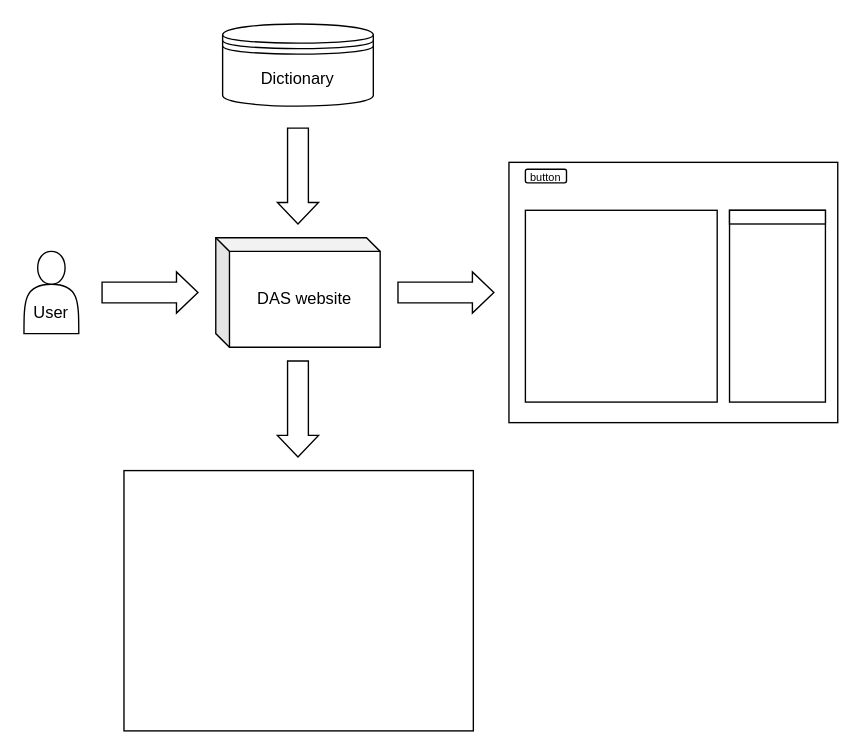
Before: page "Page-2" (2 of 2) of activities/Untitled Diagram.drawio in Bagabandi152/diagrams.net, a draw.io diagram. Source tidied: cells renumbered, new cells numbered last; positions are measured from the earlier drawing's top-left corner, leaving out a move shared by most shapes. Both pictures are drawn from the tidied source at 137%, with x=0, y=0 at pixel (23, 23).
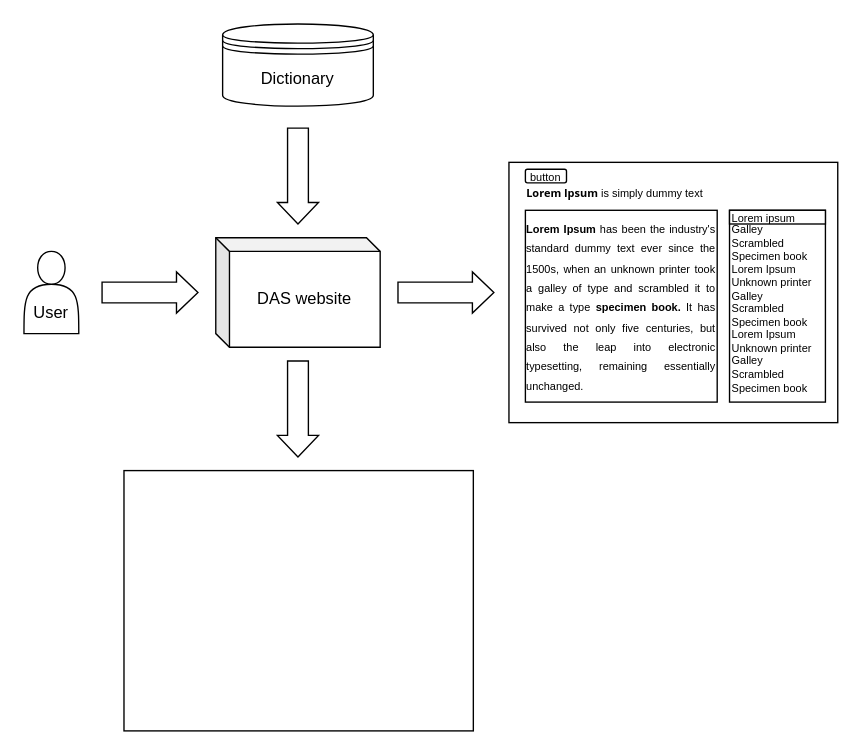
The same page after the edit.

Diff of the diagram source:
```diff
@@
 <mxGraphModel>
   <root>
     <mxCell id="0" />
     <mxCell id="1" parent="0" />
     <mxCell id="2" value="&lt;br&gt;&lt;br&gt;User" style="shape=actor;whiteSpace=wrap;html=1;" parent="1" vertex="1">
       <mxGeometry y="166" width="40" height="60" as="geometry" />
     </mxCell>
     <mxCell id="3" style="shape=singleArrow;whiteSpace=wrap;html=1;arrowWidth=0.5066670735677083;arrowSize=0.224000244140625;rotation=90;" parent="1" vertex="1">
       <mxGeometry x="165" y="96" width="70" height="30" as="geometry" />
     </mxCell>
     <mxCell id="4" value="DAS website" style="shape=cube;whiteSpace=wrap;html=1;boundedLbl=1;backgroundOutline=1;darkOpacity=0.05;darkOpacity2=0.1;size=10;" parent="1" vertex="1">
       <mxGeometry x="140" y="156" width="120" height="80" as="geometry" />
     </mxCell>
     <mxCell id="5" value="Dictionary" style="shape=datastore;whiteSpace=wrap;html=1;" parent="1" vertex="1">
       <mxGeometry x="145" width="110" height="60" as="geometry" />
     </mxCell>
     <mxCell id="6" style="shape=singleArrow;whiteSpace=wrap;html=1;arrowWidth=0.5066670735677083;arrowSize=0.224000244140625;" parent="1" vertex="1">
       <mxGeometry x="57" y="181" width="70" height="30" as="geometry" />
     </mxCell>
     <mxCell id="7" style="shape=singleArrow;whiteSpace=wrap;html=1;arrowWidth=0.5066670735677083;arrowSize=0.224000244140625;" parent="1" vertex="1">
       <mxGeometry x="273" y="181" width="70" height="30" as="geometry" />
     </mxCell>
     <mxCell id="8" style="rounded=0;whiteSpace=wrap;html=1;" parent="1" vertex="1">
       <mxGeometry x="354" y="101" width="240" height="190" as="geometry" />
     </mxCell>
     <mxCell id="9" style="rounded=0;whiteSpace=wrap;html=1;" parent="1" vertex="1">
       <mxGeometry x="73" y="326" width="255" height="190" as="geometry" />
     </mxCell>
     <mxCell id="10" style="shape=singleArrow;whiteSpace=wrap;html=1;arrowWidth=0.5066670735677083;arrowSize=0.224000244140625;rotation=90;" parent="1" vertex="1">
       <mxGeometry x="165" y="266" width="70" height="30" as="geometry" />
     </mxCell>
     <mxCell id="11" value="&lt;font style=&quot;font-size: 8px;&quot;&gt;button&lt;/font&gt;" style="rounded=1;whiteSpace=wrap;html=1;align=center;" parent="1" vertex="1">
       <mxGeometry x="366" y="106" width="30" height="10" as="geometry" />
     </mxCell>
-    <mxCell id="12" style="rounded=0;whiteSpace=wrap;html=1;" parent="1" vertex="1">
+    <mxCell id="12" value="&lt;p style=&quot;line-height: 50%;&quot;&gt;&lt;/p&gt;&lt;div style=&quot;text-align: justify;&quot;&gt;&lt;span style=&quot;font-size: 8px; background-color: initial;&quot;&gt;&lt;b&gt;Lorem Ipsum &lt;/b&gt;has been the industry's standard dummy text ever since the 1500s, when an unknown printer took a galley of type and scrambled it to make a type &lt;b&gt;specimen book.&lt;/b&gt; It has survived not only five centuries, but also the leap into electronic typesetting, remaining essentially unchanged.&amp;nbsp;&lt;/span&gt;&lt;/div&gt;&lt;p&gt;&lt;/p&gt;" style="rounded=0;whiteSpace=wrap;html=1;" parent="1" vertex="1">
       <mxGeometry x="366" y="136" width="140" height="140" as="geometry" />
     </mxCell>
-    <mxCell id="13" style="rounded=0;whiteSpace=wrap;html=1;" parent="1" vertex="1">
+    <mxCell id="13" value="&lt;font style=&quot;font-size: 8px;&quot;&gt;Galley&lt;br&gt;&lt;div style=&quot;&quot;&gt;&lt;span style=&quot;background-color: initial;&quot;&gt;Scrambled S&lt;/span&gt;&lt;span style=&quot;background-color: initial; border-color: var(--border-color);&quot;&gt;pecimen book&lt;/span&gt;&lt;br&gt;&lt;/div&gt;&lt;div style=&quot;&quot;&gt;&lt;span style=&quot;background-color: initial; border-color: var(--border-color);&quot;&gt;Lorem Ipsum&amp;nbsp;&lt;br style=&quot;border-color: var(--border-color);&quot;&gt;Unknown printer Galley&lt;br style=&quot;border-color: var(--border-color);&quot;&gt;&lt;div style=&quot;border-color: var(--border-color);&quot;&gt;&lt;span style=&quot;border-color: var(--border-color); background-color: initial;&quot;&gt;Scrambled S&lt;/span&gt;&lt;span style=&quot;border-color: var(--border-color); background-color: initial;&quot;&gt;pecimen book&lt;/span&gt;&lt;/div&gt;&lt;div style=&quot;border-color: var(--border-color);&quot;&gt;&lt;span style=&quot;border-color: var(--border-color); background-color: initial;&quot;&gt;Lorem Ipsum&amp;nbsp;&lt;br style=&quot;border-color: var(--border-color);&quot;&gt;Unknown printer Galley&lt;br style=&quot;border-color: var(--border-color);&quot;&gt;&lt;div style=&quot;border-color: var(--border-color);&quot;&gt;Scrambled S&lt;span style=&quot;border-color: var(--border-color); background-color: initial;&quot;&gt;pecimen book&lt;/span&gt;&lt;/div&gt;&lt;/span&gt;&lt;/div&gt;&lt;/span&gt;&lt;/div&gt;&lt;/font&gt;" style="rounded=0;whiteSpace=wrap;html=1;align=left;" parent="1" vertex="1">
       <mxGeometry x="515" y="136" width="70" height="140" as="geometry" />
     </mxCell>
-    <mxCell id="14" style="rounded=0;whiteSpace=wrap;html=1;" parent="1" vertex="1">
+    <mxCell id="14" value="&lt;font style=&quot;font-size: 8px;&quot;&gt;Lorem ipsum&lt;/font&gt;" style="rounded=0;whiteSpace=wrap;html=1;align=left;" parent="1" vertex="1">
       <mxGeometry x="515" y="136" width="70" height="10" as="geometry" />
     </mxCell>
+    <mxCell id="15" value="&lt;font style=&quot;font-size: 8px;&quot;&gt;&lt;strong style=&quot;margin: 0px; padding: 0px; font-family: &amp;quot;Open Sans&amp;quot;, Arial, sans-serif; text-align: justify; background-color: rgb(255, 255, 255);&quot;&gt;Lorem Ipsum&lt;/strong&gt;&amp;nbsp;is simply dummy text&lt;/font&gt;" style="text;html=1;align=center;verticalAlign=middle;strokeColor=none;fillColor=none;" parent="1" vertex="1">
+      <mxGeometry x="356" y="108" width="150" height="30" as="geometry" />
+    </mxCell>
   </root>
 </mxGraphModel>
```
